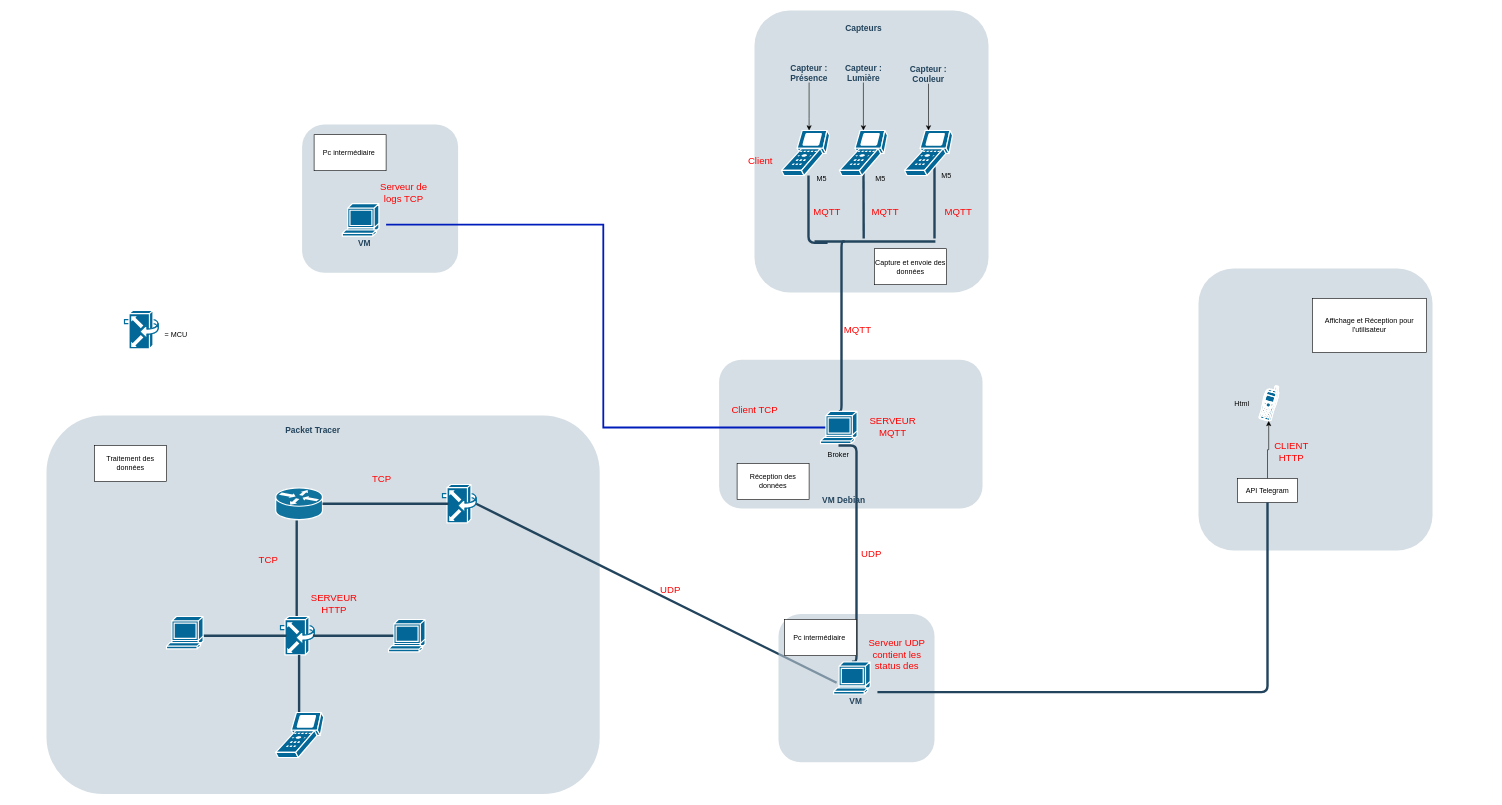
Above: Flux de Données + Protocoles.drawio in Takeapill/Projet-IOT-HEG (draw.io), before the change. Source tidied: cells renumbered, new cells numbered last; positions are measured from the earlier drawing's top-left corner, leaving out a move shared by most shapes. Both pictures are drawn from the tidied source at 60%, with x=0, y=0 at pixel (46, 10).
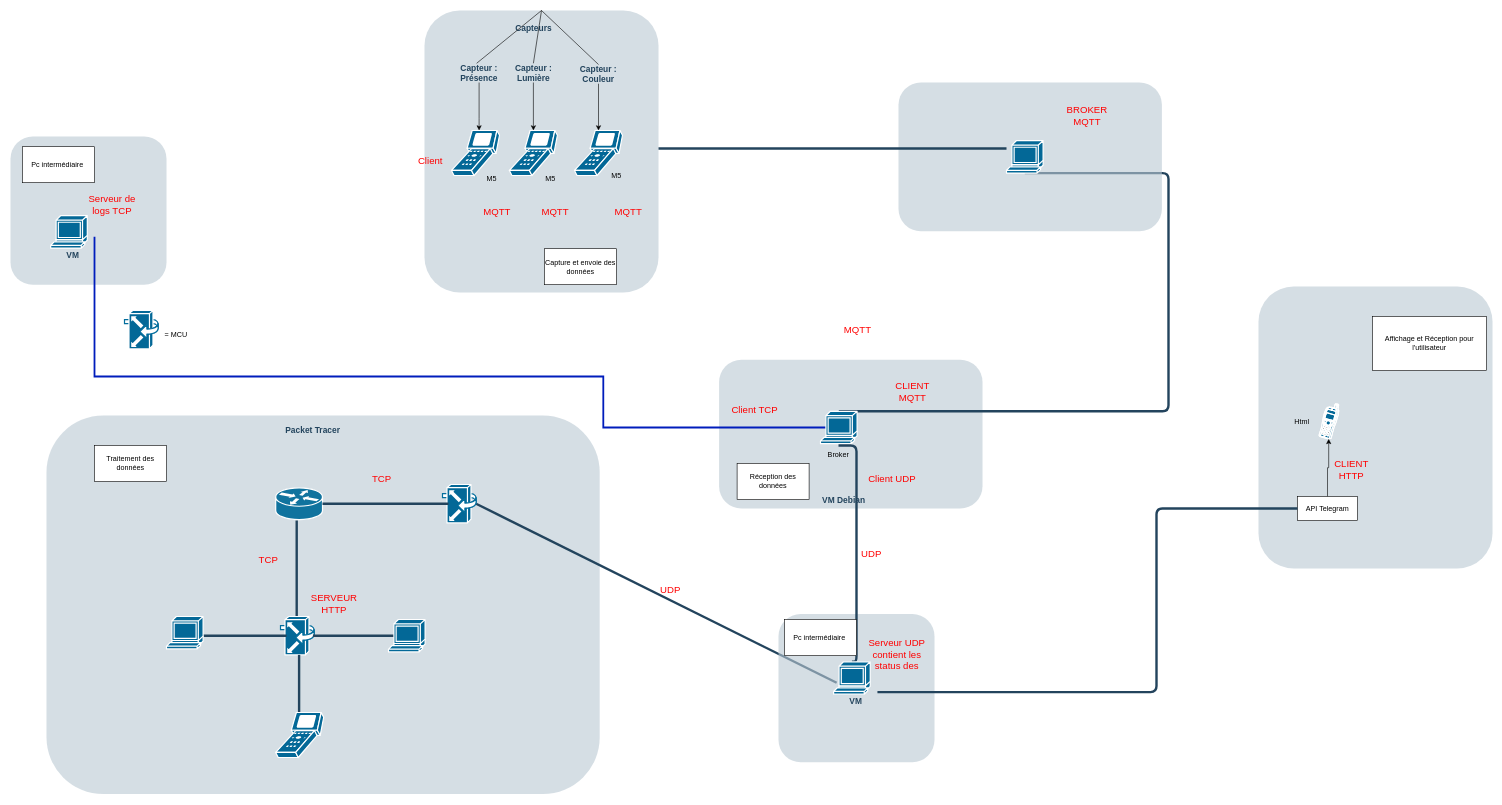
After the change.

Unchanged cells that the change refers to:
```xml
<mxCell id="18" style="shape=mxgraph.cisco.computers_and_peripherals.terminal;sketch=0;html=1;dashed=0;fillColor=#036897;strokeColor=#ffffff;strokeWidth=2;verticalLabelPosition=bottom;verticalAlign=top;align=center;outlineConnect=0;" parent="1" vertex="1">
  <mxGeometry x="1290" y="668" width="61" height="54" as="geometry" />
</mxCell>
<mxCell id="73" value="VM&amp;nbsp;" style="rounded=1;whiteSpace=wrap;html=1;strokeColor=none;fillColor=none;fontSize=14;fontColor=#23445D;align=center;fontStyle=1;" parent="1" vertex="1">
  <mxGeometry x="1316.9" y="1120.5" width="68" height="62" as="geometry" />
</mxCell>
```

Change to the diagram source:
```diff
@@
     <mxCell id="2" style="rounded=1;whiteSpace=wrap;html=1;strokeColor=none;fillColor=#BAC8D3;fontSize=24;fontColor=#23445D;align=center;opacity=60;" parent="1" vertex="1">
-      <mxGeometry x="1920" y="430" width="390" height="470" as="geometry" />
+      <mxGeometry x="2020" y="460" width="390" height="470" as="geometry" />
     </mxCell>
     <mxCell id="3" style="rounded=1;whiteSpace=wrap;html=1;strokeColor=none;fillColor=#BAC8D3;fontSize=24;fontColor=#23445D;align=center;opacity=60;" parent="1" vertex="1">
-      <mxGeometry x="426" y="190" width="260" height="247" as="geometry" />
+      <mxGeometry x="-60" y="210" width="260" height="247" as="geometry" />
     </mxCell>
@@
     <mxCell id="6" style="rounded=1;whiteSpace=wrap;html=1;strokeColor=none;fillColor=#BAC8D3;fontSize=24;fontColor=#23445D;align=center;opacity=60;" parent="1" vertex="1">
-      <mxGeometry x="1180" width="390" height="470" as="geometry" />
+      <mxGeometry x="630" width="390" height="470" as="geometry" />
     </mxCell>
-    <mxCell id="7" style="line;html=1;strokeColor=#23445D;" parent="1" vertex="1">
-      <mxGeometry x="1280" y="380" width="201.5" height="10" as="geometry" />
-    </mxCell>
-    <mxCell id="8" style="edgeStyle=elbowEdgeStyle;elbow=horizontal;endArrow=none;html=1;strokeColor=#23445D;endFill=0;strokeWidth=4;rounded=1;entryX=0.108;entryY=0.727;entryDx=0;entryDy=0;entryPerimeter=0;" parent="1" edge="1" source="23" target="7">
-      <mxGeometry relative="1" as="geometry">
-        <Array as="points">
-          <mxPoint x="1270" y="310" />
-        </Array>
-      </mxGeometry>
-    </mxCell>
-    <mxCell id="9" style="edgeStyle=elbowEdgeStyle;elbow=horizontal;endArrow=none;html=1;strokeColor=#23445D;endFill=0;strokeWidth=4;rounded=1;" parent="1" edge="1" target="7">
-      <mxGeometry relative="1" as="geometry">
-        <mxPoint x="1361.6" y="249" as="sourcePoint" />
-      </mxGeometry>
-    </mxCell>
-    <mxCell id="10" style="edgeStyle=elbowEdgeStyle;elbow=horizontal;endArrow=none;html=1;strokeColor=#23445D;endFill=0;strokeWidth=4;rounded=1;" parent="1" edge="1" target="7">
-      <mxGeometry relative="1" as="geometry">
-        <mxPoint x="1445.3" y="253" as="sourcePoint" />
-        <Array as="points">
-          <mxPoint x="1480" y="317" />
-        </Array>
-      </mxGeometry>
-    </mxCell>
@@
-    <mxCell id="12" style="edgeStyle=elbowEdgeStyle;elbow=horizontal;endArrow=none;html=1;strokeColor=#23445D;endFill=0;strokeWidth=4;rounded=1;exitX=0.25;exitY=0.5;exitDx=0;exitDy=0;exitPerimeter=0;entryX=0.5;entryY=0;entryDx=0;entryDy=0;entryPerimeter=0;" parent="1" edge="1" source="7" target="18">
-      <mxGeometry relative="1" as="geometry" />
+    <mxCell id="12" style="edgeStyle=elbowEdgeStyle;elbow=horizontal;endArrow=none;html=1;strokeColor=#23445D;endFill=0;strokeWidth=4;rounded=1;entryX=0.5;entryY=0;entryDx=0;entryDy=0;entryPerimeter=0;exitX=0.5;exitY=1;exitDx=0;exitDy=0;exitPerimeter=0;" parent="1" edge="1" source="78" target="18">
+      <mxGeometry relative="1" as="geometry">
+        <Array as="points">
+          <mxPoint x="1870" y="290" />
+          <mxPoint x="2020" y="330" />
+          <mxPoint x="1880" y="400" />
+          <mxPoint x="1840" y="460" />
+        </Array>
+      </mxGeometry>
     </mxCell>
-    <mxCell id="13" value="&lt;font color=&quot;#23445d&quot;&gt;Capteurs&lt;/font&gt;" style="rounded=1;whiteSpace=wrap;html=1;strokeColor=none;fillColor=none;fontSize=14;fontColor=#742B21;align=center;fontStyle=1;" parent="1" vertex="1">
-      <mxGeometry x="1262.5" y="20" width="198" height="19" as="geometry" />
-    </mxCell>
@@
     <mxCell id="16" style="shape=mxgraph.cisco.computers_and_peripherals.terminal;sketch=0;html=1;dashed=0;fillColor=#036897;strokeColor=#ffffff;strokeWidth=2;verticalLabelPosition=bottom;verticalAlign=top;align=center;" parent="1" vertex="1">
-      <mxGeometry x="493" y="322" width="61" height="54" as="geometry" />
+      <mxGeometry x="7" y="342" width="61" height="54" as="geometry" />
     </mxCell>
+    <mxCell id="13" value="&lt;font color=&quot;#23445d&quot;&gt;Capteurs&lt;/font&gt;" style="rounded=1;whiteSpace=wrap;html=1;strokeColor=none;fillColor=none;fontSize=14;fontColor=#742B21;align=center;fontStyle=1;" parent="1" vertex="1">
+      <mxGeometry x="712.5" y="20" width="198" height="19" as="geometry" />
+    </mxCell>
     <mxCell id="17" style="edgeStyle=orthogonalEdgeStyle;rounded=0;jettySize=auto;html=1;exitX=0.15;exitY=0.5;exitDx=0;exitDy=0;exitPerimeter=0;entryX=1;entryY=0;entryDx=0;entryDy=0;fillColor=#0050ef;strokeColor=#001DBC;strokeWidth=3;endArrow=none;endFill=0;" parent="1" edge="1" source="18" target="24">
       <mxGeometry relative="1" as="geometry">
         <Array as="points">
           <mxPoint x="928" y="695" />
-          <mxPoint x="928" y="357" />
+          <mxPoint x="928" y="610" />
+          <mxPoint x="80" y="610" />
         </Array>
       </mxGeometry>
     </mxCell>
@@
     <mxCell id="21" style="shape=mxgraph.cisco.computers_and_peripherals.scanner;sketch=0;html=1;dashed=0;fillColor=#036897;strokeColor=#ffffff;strokeWidth=2;verticalLabelPosition=bottom;verticalAlign=top;align=center;outlineConnect=0;" parent="1" vertex="1">
-      <mxGeometry x="1430" y="200" width="80" height="75" as="geometry" />
+      <mxGeometry x="880" y="200" width="80" height="75" as="geometry" />
     </mxCell>
     <mxCell id="22" style="shape=mxgraph.cisco.computers_and_peripherals.scanner;sketch=0;html=1;dashed=0;fillColor=#036897;strokeColor=#ffffff;strokeWidth=2;verticalLabelPosition=bottom;verticalAlign=top;align=center;outlineConnect=0;" parent="1" vertex="1">
-      <mxGeometry x="1321.5" y="200" width="80" height="75" as="geometry" />
+      <mxGeometry x="771.5" y="200" width="80" height="75" as="geometry" />
     </mxCell>
     <mxCell id="23" style="shape=mxgraph.cisco.computers_and_peripherals.scanner;sketch=0;html=1;dashed=0;fillColor=#036897;strokeColor=#ffffff;strokeWidth=2;verticalLabelPosition=bottom;verticalAlign=top;align=center;outlineConnect=0;" parent="1" vertex="1">
-      <mxGeometry x="1225" y="200" width="80" height="75" as="geometry" />
+      <mxGeometry x="675" y="200" width="80" height="75" as="geometry" />
     </mxCell>
     <mxCell id="24" value="VM&amp;nbsp;" style="rounded=1;whiteSpace=wrap;html=1;strokeColor=none;fillColor=none;fontSize=14;fontColor=#23445D;align=center;fontStyle=1;" parent="1" vertex="1">
-      <mxGeometry x="498" y="357" width="68" height="62" as="geometry" />
+      <mxGeometry x="12" y="377" width="68" height="62" as="geometry" />
     </mxCell>
     <mxCell id="25" style="edgeStyle=orthogonalEdgeStyle;rounded=0;jettySize=auto;html=1;" parent="1" edge="1" source="26" target="23">
       <mxGeometry relative="1" as="geometry">
         <Array as="points">
-          <mxPoint x="1271" y="180" />
-          <mxPoint x="1271" y="180" />
+          <mxPoint x="721" y="180" />
+          <mxPoint x="721" y="180" />
         </Array>
       </mxGeometry>
     </mxCell>
     <mxCell id="26" value="Capteur : Présence" style="rounded=1;whiteSpace=wrap;html=1;strokeColor=none;fillColor=none;fontSize=14;fontColor=#23445D;align=center;fontStyle=1;" parent="1" vertex="1">
-      <mxGeometry x="1239" y="88" width="64" height="32" as="geometry" />
+      <mxGeometry x="689" y="88" width="64" height="32" as="geometry" />
     </mxCell>
@@
     <mxCell id="28" value="Capteur&amp;nbsp;: Lumière" style="rounded=1;whiteSpace=wrap;html=1;strokeColor=none;fillColor=none;fontSize=14;fontColor=#23445D;align=center;fontStyle=1;" parent="1" vertex="1">
-      <mxGeometry x="1329.5" y="88" width="64" height="32" as="geometry" />
+      <mxGeometry x="779.5" y="88" width="64" height="32" as="geometry" />
     </mxCell>
@@
     <mxCell id="30" value="Capteur&amp;nbsp;: Couleur" style="rounded=1;whiteSpace=wrap;html=1;strokeColor=none;fillColor=none;fontSize=14;fontColor=#23445D;align=center;fontStyle=1;" parent="1" vertex="1">
-      <mxGeometry x="1438" y="90" width="64" height="32" as="geometry" />
+      <mxGeometry x="888" y="90" width="64" height="32" as="geometry" />
     </mxCell>
@@
     <mxCell id="40" value="M5" style="text;html=1;strokeColor=none;fillColor=none;align=center;verticalAlign=middle;whiteSpace=wrap;rounded=0;" parent="1" vertex="1">
-      <mxGeometry x="1261.5" y="265" width="60" height="30" as="geometry" />
+      <mxGeometry x="711.5" y="265" width="60" height="30" as="geometry" />
     </mxCell>
     <mxCell id="41" value="M5" style="text;html=1;strokeColor=none;fillColor=none;align=center;verticalAlign=middle;whiteSpace=wrap;rounded=0;" parent="1" vertex="1">
-      <mxGeometry x="1360" y="265" width="60" height="30" as="geometry" />
+      <mxGeometry x="810" y="265" width="60" height="30" as="geometry" />
     </mxCell>
     <mxCell id="42" value="M5" style="text;html=1;strokeColor=none;fillColor=none;align=center;verticalAlign=middle;whiteSpace=wrap;rounded=0;" parent="1" vertex="1">
-      <mxGeometry x="1470" y="260" width="60" height="30" as="geometry" />
+      <mxGeometry x="920" y="260" width="60" height="30" as="geometry" />
     </mxCell>
     <mxCell id="43" style="shape=mxgraph.cisco.modems_and_phones.cell_phone;sketch=0;html=1;dashed=0;fillColor=#036897;strokeColor=#ffffff;strokeWidth=2;verticalLabelPosition=bottom;verticalAlign=top;align=center;outlineConnect=0;" parent="1" vertex="1">
-      <mxGeometry x="2020" y="626" width="34" height="58" as="geometry" />
+      <mxGeometry x="2120" y="656" width="34" height="58" as="geometry" />
     </mxCell>
     <mxCell id="44" value="Html" style="text;html=1;strokeColor=none;fillColor=none;align=center;verticalAlign=middle;whiteSpace=wrap;rounded=0;" parent="1" vertex="1">
-      <mxGeometry x="1958" y="640" width="69" height="30" as="geometry" />
+      <mxGeometry x="2058" y="670" width="69" height="30" as="geometry" />
     </mxCell>
@@
     <mxCell id="46" value="API Telegram" style="rounded=0;whiteSpace=wrap;html=1;" parent="1" vertex="1">
-      <mxGeometry x="1985" y="780" width="100" height="40" as="geometry" />
+      <mxGeometry x="2085" y="810" width="100" height="40" as="geometry" />
     </mxCell>
     <mxCell id="47" value="Capture et envoie des données" style="rounded=0;whiteSpace=wrap;html=1;" parent="1" vertex="1">
-      <mxGeometry x="1380" y="397" width="120" height="60" as="geometry" />
+      <mxGeometry x="830" y="397" width="120" height="60" as="geometry" />
     </mxCell>
     <mxCell id="48" value="Pc intermédiaire&amp;nbsp;" style="rounded=0;whiteSpace=wrap;html=1;" parent="1" vertex="1">
-      <mxGeometry x="446" y="207" width="120" height="60" as="geometry" />
+      <mxGeometry x="-40" y="227" width="120" height="60" as="geometry" />
     </mxCell>
@@
     <mxCell id="51" value="Affichage et Réception pour l'utilisateur" style="rounded=0;whiteSpace=wrap;html=1;" parent="1" vertex="1">
-      <mxGeometry x="2110" y="480" width="190" height="90" as="geometry" />
+      <mxGeometry x="2210" y="510" width="190" height="90" as="geometry" />
     </mxCell>
@@
     <mxCell id="58" value="&lt;font size=&quot;3&quot; color=&quot;#ff0000&quot;&gt;MQTT&lt;/font&gt;" style="text;html=1;strokeColor=none;fillColor=none;align=center;verticalAlign=middle;whiteSpace=wrap;rounded=0;" parent="1" vertex="1">
-      <mxGeometry x="1271" y="320" width="60" height="30" as="geometry" />
+      <mxGeometry x="721" y="320" width="60" height="30" as="geometry" />
     </mxCell>
     <mxCell id="59" value="&lt;font size=&quot;3&quot; color=&quot;#ff0000&quot;&gt;MQTT&lt;/font&gt;" style="text;html=1;strokeColor=none;fillColor=none;align=center;verticalAlign=middle;whiteSpace=wrap;rounded=0;" parent="1" vertex="1">
-      <mxGeometry x="1368" y="320" width="60" height="30" as="geometry" />
+      <mxGeometry x="818" y="320" width="60" height="30" as="geometry" />
     </mxCell>
     <mxCell id="60" value="&lt;font size=&quot;3&quot; color=&quot;#ff0000&quot;&gt;MQTT&lt;/font&gt;" style="text;html=1;strokeColor=none;fillColor=none;align=center;verticalAlign=middle;whiteSpace=wrap;rounded=0;" parent="1" vertex="1">
-      <mxGeometry x="1490" y="320" width="60" height="30" as="geometry" />
+      <mxGeometry x="940" y="320" width="60" height="30" as="geometry" />
     </mxCell>
-    <mxCell id="61" value="&lt;font size=&quot;3&quot; color=&quot;#ff0000&quot;&gt;SERVEUR MQTT&lt;/font&gt;" style="text;html=1;strokeColor=none;fillColor=none;align=center;verticalAlign=middle;whiteSpace=wrap;rounded=0;" parent="1" vertex="1">
-      <mxGeometry x="1361.2" y="668" width="99.2" height="52" as="geometry" />
+    <mxCell id="61" value="&lt;font size=&quot;3&quot; color=&quot;#ff0000&quot;&gt;CLIENT MQTT&lt;/font&gt;" style="text;html=1;strokeColor=none;fillColor=none;align=center;verticalAlign=middle;whiteSpace=wrap;rounded=0;" parent="1" vertex="1">
+      <mxGeometry x="1393.5" y="610" width="99.2" height="52" as="geometry" />
     </mxCell>
     <mxCell id="62" value="&lt;font size=&quot;3&quot; color=&quot;#ff0000&quot;&gt;Client&lt;/font&gt;" style="text;html=1;strokeColor=none;fillColor=none;align=center;verticalAlign=middle;whiteSpace=wrap;rounded=0;" parent="1" vertex="1">
-      <mxGeometry x="1160" y="235" width="60" height="30" as="geometry" />
+      <mxGeometry x="610" y="235" width="60" height="30" as="geometry" />
     </mxCell>
     <mxCell id="63" value="&lt;font size=&quot;3&quot; color=&quot;#ff0000&quot;&gt;CLIENT HTTP&lt;/font&gt;" style="text;html=1;strokeColor=none;fillColor=none;align=center;verticalAlign=middle;whiteSpace=wrap;rounded=0;" parent="1" vertex="1">
-      <mxGeometry x="2045" y="720" width="60" height="30" as="geometry" />
+      <mxGeometry x="2145" y="750" width="60" height="30" as="geometry" />
     </mxCell>
@@
     <mxCell id="67" value="&lt;font size=&quot;3&quot; color=&quot;#ff0000&quot;&gt;Serveur de logs TCP&lt;br&gt;&lt;/font&gt;" style="text;html=1;strokeColor=none;fillColor=none;align=center;verticalAlign=middle;whiteSpace=wrap;rounded=0;" parent="1" vertex="1">
-      <mxGeometry x="546" y="277" width="99.2" height="52" as="geometry" />
+      <mxGeometry x="60" y="297" width="99.2" height="52" as="geometry" />
     </mxCell>
@@
     <mxCell id="70" style="edgeStyle=elbowEdgeStyle;elbow=horizontal;endArrow=none;html=1;strokeColor=#23445D;endFill=0;strokeWidth=4;rounded=1;entryX=1;entryY=0.25;entryDx=0;entryDy=0;" parent="1" edge="1" source="46" target="73">
       <mxGeometry relative="1" as="geometry">
         <Array as="points">
-          <mxPoint x="2035" y="1130" />
+          <mxPoint x="1850" y="1110" />
+          <mxPoint x="1460" y="1370" />
           <mxPoint x="1740" y="767" />
           <mxPoint x="2020" y="7" />
         </Array>
       </mxGeometry>
     </mxCell>
@@
+    <mxCell id="76" value="&lt;font size=&quot;3&quot; color=&quot;#ff0000&quot;&gt;Client UDP&lt;/font&gt;" style="text;html=1;strokeColor=none;fillColor=none;align=center;verticalAlign=middle;whiteSpace=wrap;rounded=0;" parent="1" vertex="1">
+      <mxGeometry x="1360" y="754.5" width="99.2" height="52" as="geometry" />
+    </mxCell>
+    <mxCell id="77" style="rounded=1;whiteSpace=wrap;html=1;strokeColor=none;fillColor=#BAC8D3;fontSize=24;fontColor=#23445D;align=center;opacity=60;" parent="1" vertex="1">
+      <mxGeometry x="1420" y="120" width="439" height="248" as="geometry" />
+    </mxCell>
+    <mxCell id="78" style="shape=mxgraph.cisco.computers_and_peripherals.terminal;sketch=0;html=1;dashed=0;fillColor=#036897;strokeColor=#ffffff;strokeWidth=2;verticalLabelPosition=bottom;verticalAlign=top;align=center;outlineConnect=0;" parent="1" vertex="1">
+      <mxGeometry x="1600" y="217" width="61" height="54" as="geometry" />
+    </mxCell>
+    <mxCell id="79" style="edgeStyle=elbowEdgeStyle;elbow=horizontal;endArrow=none;html=1;strokeColor=#23445D;endFill=0;strokeWidth=4;rounded=1;" parent="1" edge="1" target="6">
+      <mxGeometry relative="1" as="geometry">
+        <mxPoint x="1600" y="230" as="sourcePoint" />
+        <Array as="points">
+          <mxPoint x="1420" y="230" />
+          <mxPoint x="1979" y="209" />
+          <mxPoint x="1839" y="279" />
+          <mxPoint x="1799" y="339" />
+        </Array>
+      </mxGeometry>
+    </mxCell>
+    <mxCell id="80" style="endArrow=none;html=1;rounded=0;entryX=0.5;entryY=0;entryDx=0;entryDy=0;" parent="1" edge="1" target="6">
+      <mxGeometry relative="1" as="geometry">
+        <mxPoint x="716.9" y="88" as="sourcePoint" />
+      </mxGeometry>
+    </mxCell>
+    <mxCell id="81" style="endArrow=none;html=1;rounded=0;entryX=0.5;entryY=0;entryDx=0;entryDy=0;exitX=0.5;exitY=0;exitDx=0;exitDy=0;" parent="1" edge="1" source="28" target="6">
+      <mxGeometry relative="1" as="geometry" />
+    </mxCell>
+    <mxCell id="82" style="endArrow=none;html=1;rounded=0;entryX=0.5;entryY=0;entryDx=0;entryDy=0;exitX=0.5;exitY=0;exitDx=0;exitDy=0;" parent="1" edge="1" source="30" target="6">
+      <mxGeometry relative="1" as="geometry" />
+    </mxCell>
+    <mxCell id="83" value="&lt;font size=&quot;3&quot; color=&quot;#ff0000&quot;&gt;BROKER MQTT&lt;/font&gt;" style="text;html=1;strokeColor=none;fillColor=none;align=center;verticalAlign=middle;whiteSpace=wrap;rounded=0;" parent="1" vertex="1">
+      <mxGeometry x="1685.4" y="150" width="99.2" height="52" as="geometry" />
+    </mxCell>
```
